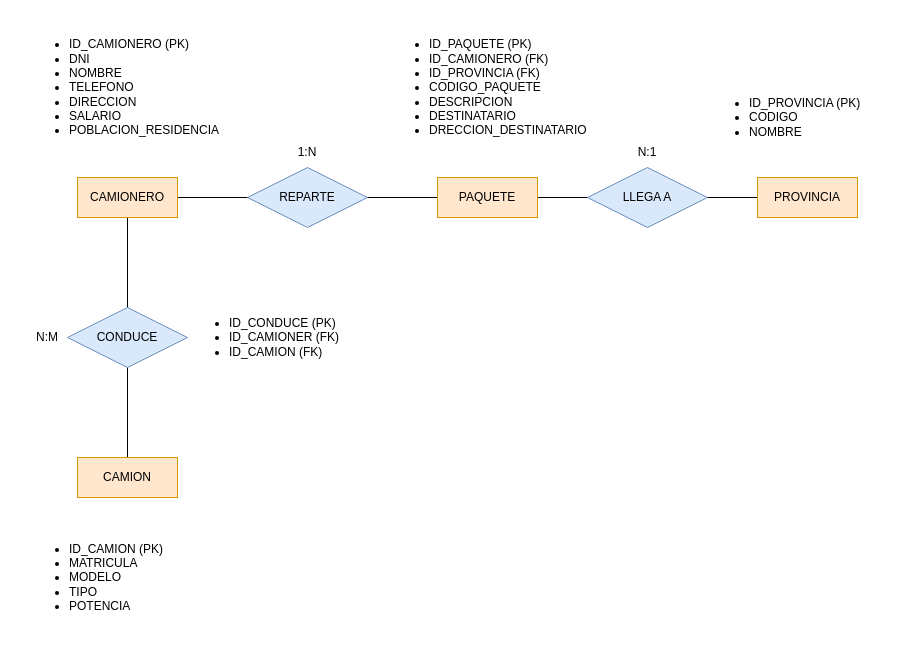
Above: E7. Camionero-paquete-provincia.drawio in Milikituki/PracticasBBDD (draw.io), before the change. Source tidied: cells renumbered, new cells numbered last; positions are measured from the earlier drawing's top-left corner, leaving out a move shared by most shapes. Both pictures are drawn from the tidied source at 100%, with x=0, y=0 at pixel (17, 17).
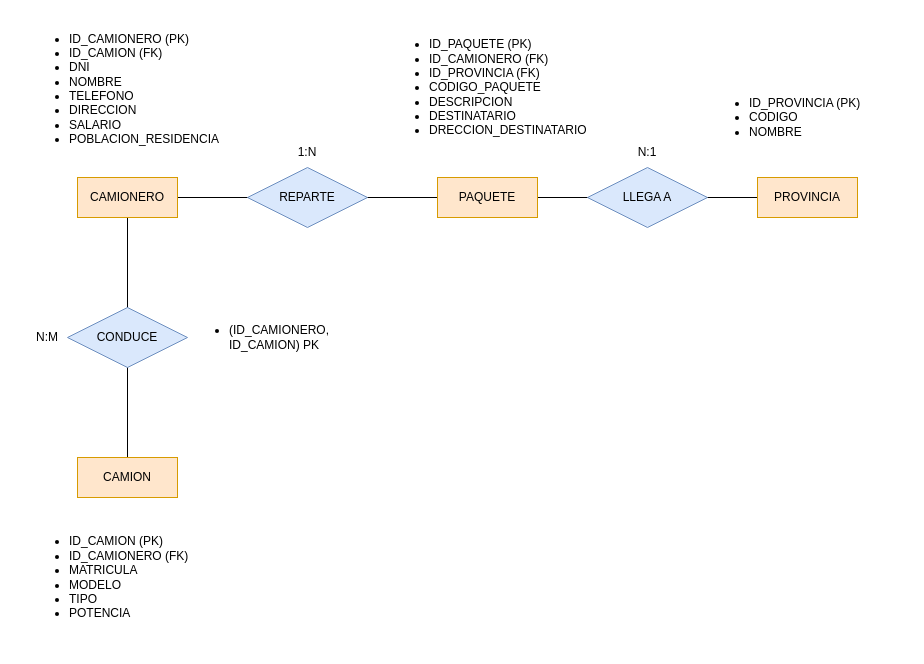
The same page after the edit.

Change to the diagram source:
```diff
@@
 <mxGraphModel>
   <root>
     <mxCell id="0" />
     <mxCell id="1" parent="0" />
     <mxCell id="2" style="edgeStyle=orthogonalEdgeStyle;rounded=0;jettySize=auto;html=1;endArrow=none;endFill=0;" parent="1" edge="1" source="4" target="6">
       <mxGeometry relative="1" as="geometry" />
     </mxCell>
     <mxCell id="3" style="edgeStyle=orthogonalEdgeStyle;rounded=0;jettySize=auto;html=1;entryX=0.5;entryY=0;entryDx=0;entryDy=0;endArrow=none;endFill=0;" parent="1" edge="1" source="4" target="14">
       <mxGeometry relative="1" as="geometry" />
     </mxCell>
     <mxCell id="4" value="CAMIONERO" style="whiteSpace=wrap;html=1;align=center;fillColor=#ffe6cc;strokeColor=#d79b00;" parent="1" vertex="1">
       <mxGeometry x="60" y="160" width="100" height="40" as="geometry" />
     </mxCell>
     <mxCell id="5" value="PAQUETE" style="whiteSpace=wrap;html=1;align=center;fillColor=#ffe6cc;strokeColor=#d79b00;" parent="1" vertex="1">
       <mxGeometry x="420" y="160" width="100" height="40" as="geometry" />
     </mxCell>
     <mxCell id="6" value="PROVINCIA" style="whiteSpace=wrap;html=1;align=center;fillColor=#ffe6cc;strokeColor=#d79b00;" parent="1" vertex="1">
       <mxGeometry x="740" y="160" width="100" height="40" as="geometry" />
     </mxCell>
-    <mxCell id="7" value="&lt;ul&gt;&lt;li&gt;ID_CAMIONERO (PK)&lt;/li&gt;&lt;li&gt;DNI&lt;/li&gt;&lt;li&gt;NOMBRE&lt;/li&gt;&lt;li&gt;TELEFONO&lt;/li&gt;&lt;li&gt;DIRECCION&lt;/li&gt;&lt;li&gt;SALARIO&lt;/li&gt;&lt;li&gt;POBLACION_RESIDENCIA&lt;/li&gt;&lt;/ul&gt;" style="text;strokeColor=none;fillColor=none;html=1;whiteSpace=wrap;verticalAlign=middle;overflow=hidden;" parent="1" vertex="1">
+    <mxCell id="7" value="&lt;ul&gt;&lt;li&gt;ID_CAMIONERO (PK)&lt;/li&gt;&lt;li&gt;ID_CAMION (FK)&lt;/li&gt;&lt;li&gt;DNI&lt;/li&gt;&lt;li&gt;NOMBRE&lt;/li&gt;&lt;li&gt;TELEFONO&lt;/li&gt;&lt;li&gt;DIRECCION&lt;/li&gt;&lt;li&gt;SALARIO&lt;/li&gt;&lt;li&gt;POBLACION_RESIDENCIA&lt;/li&gt;&lt;/ul&gt;" style="text;strokeColor=none;fillColor=none;html=1;whiteSpace=wrap;verticalAlign=middle;overflow=hidden;" parent="1" vertex="1">
       <mxGeometry x="10" width="200" height="140" as="geometry" />
     </mxCell>
     <mxCell id="8" value="&lt;ul&gt;&lt;li&gt;ID_PAQUETE (PK)&lt;/li&gt;&lt;li&gt;ID_CAMIONERO (FK)&lt;/li&gt;&lt;li&gt;ID_PROVINCIA (FK)&lt;/li&gt;&lt;li&gt;CODIGO_PAQUETE&lt;/li&gt;&lt;li&gt;DESCRIPCION&lt;/li&gt;&lt;li&gt;DESTINATARIO&lt;/li&gt;&lt;li&gt;DRECCION_DESTINATARIO&lt;/li&gt;&lt;/ul&gt;" style="text;strokeColor=none;fillColor=none;html=1;whiteSpace=wrap;verticalAlign=middle;overflow=hidden;" parent="1" vertex="1">
       <mxGeometry x="370" width="200" height="140" as="geometry" />
     </mxCell>
     <mxCell id="9" value="&lt;ul&gt;&lt;li&gt;ID_PROVINCIA (PK)&lt;/li&gt;&lt;li&gt;CODIGO&lt;/li&gt;&lt;li&gt;NOMBRE&lt;/li&gt;&lt;/ul&gt;" style="text;strokeColor=none;fillColor=none;html=1;whiteSpace=wrap;verticalAlign=middle;overflow=hidden;" parent="1" vertex="1">
       <mxGeometry x="690" y="30" width="200" height="140" as="geometry" />
     </mxCell>
     <mxCell id="10" value="REPARTE" style="shape=rhombus;perimeter=rhombusPerimeter;whiteSpace=wrap;html=1;align=center;fillColor=#dae8fc;strokeColor=#6c8ebf;" parent="1" vertex="1">
       <mxGeometry x="230" y="150" width="120" height="60" as="geometry" />
     </mxCell>
     <mxCell id="11" value="LLEGA A" style="shape=rhombus;perimeter=rhombusPerimeter;whiteSpace=wrap;html=1;align=center;fillColor=#dae8fc;strokeColor=#6c8ebf;" parent="1" vertex="1">
       <mxGeometry x="570" y="150" width="120" height="60" as="geometry" />
     </mxCell>
     <mxCell id="12" value="1:N" style="text;html=1;whiteSpace=wrap;strokeColor=none;fillColor=none;align=center;verticalAlign=middle;rounded=0;" parent="1" vertex="1">
       <mxGeometry x="260" y="120" width="60" height="30" as="geometry" />
     </mxCell>
     <mxCell id="13" value="N:1" style="text;html=1;whiteSpace=wrap;strokeColor=none;fillColor=none;align=center;verticalAlign=middle;rounded=0;" parent="1" vertex="1">
       <mxGeometry x="600" y="120" width="60" height="30" as="geometry" />
     </mxCell>
     <mxCell id="14" value="CAMION" style="whiteSpace=wrap;html=1;align=center;fillColor=#ffe6cc;strokeColor=#d79b00;" parent="1" vertex="1">
       <mxGeometry x="60" y="440" width="100" height="40" as="geometry" />
     </mxCell>
     <mxCell id="15" value="CONDUCE" style="shape=rhombus;perimeter=rhombusPerimeter;whiteSpace=wrap;html=1;align=center;fillColor=#dae8fc;strokeColor=#6c8ebf;" parent="1" vertex="1">
       <mxGeometry x="50" y="290" width="120" height="60" as="geometry" />
     </mxCell>
     <mxCell id="16" value="N:M" style="text;html=1;whiteSpace=wrap;strokeColor=none;fillColor=none;align=center;verticalAlign=middle;rounded=0;" parent="1" vertex="1">
       <mxGeometry y="305" width="60" height="30" as="geometry" />
     </mxCell>
-    <mxCell id="17" value="&lt;ul&gt;&lt;li&gt;ID_CAMION (PK)&lt;/li&gt;&lt;li&gt;MATRICULA&lt;/li&gt;&lt;li&gt;MODELO&lt;/li&gt;&lt;li&gt;TIPO&lt;/li&gt;&lt;li&gt;POTENCIA&lt;/li&gt;&lt;/ul&gt;" style="text;strokeColor=none;fillColor=none;html=1;whiteSpace=wrap;verticalAlign=middle;overflow=hidden;" parent="1" vertex="1">
+    <mxCell id="17" value="&lt;ul&gt;&lt;li&gt;ID_CAMION (PK)&lt;/li&gt;&lt;li&gt;ID_CAMIONERO (FK)&lt;/li&gt;&lt;li&gt;MATRICULA&lt;/li&gt;&lt;li&gt;MODELO&lt;/li&gt;&lt;li&gt;TIPO&lt;/li&gt;&lt;li&gt;POTENCIA&lt;/li&gt;&lt;/ul&gt;" style="text;strokeColor=none;fillColor=none;html=1;whiteSpace=wrap;verticalAlign=middle;overflow=hidden;" parent="1" vertex="1">
       <mxGeometry x="10" y="490" width="200" height="140" as="geometry" />
     </mxCell>
-    <mxCell id="18" value="&lt;ul&gt;&lt;li&gt;ID_CONDUCE (PK)&lt;/li&gt;&lt;li&gt;ID_CAMIONER (FK)&lt;/li&gt;&lt;li&gt;ID_CAMION (FK)&lt;/li&gt;&lt;/ul&gt;" style="text;strokeColor=none;fillColor=none;html=1;whiteSpace=wrap;verticalAlign=middle;overflow=hidden;" parent="1" vertex="1">
+    <mxCell id="18" value="&lt;ul&gt;&lt;li&gt;(ID_CAMIONERO, ID_CAMION) PK&lt;/li&gt;&lt;/ul&gt;" style="text;strokeColor=none;fillColor=none;html=1;whiteSpace=wrap;verticalAlign=middle;overflow=hidden;" parent="1" vertex="1">
       <mxGeometry x="170" y="265" width="180" height="110" as="geometry" />
     </mxCell>
   </root>
 </mxGraphModel>
```
